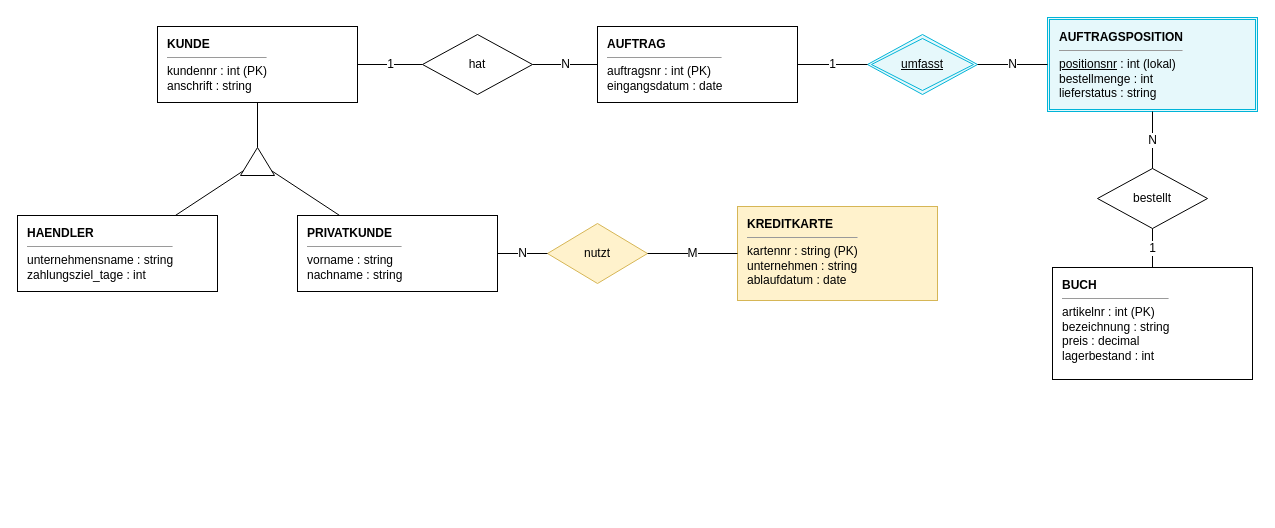
This is docs/02-theoriephase/termin-01/code/aufg-01-elibri-erweiterung.drawio from christoecker/Kurs_3019_Datenbanken, a draw.io file, before an edit. Source tidied: cells renumbered, new cells numbered last; positions are measured from the earlier drawing's top-left corner, leaving out a move shared by most shapes. Both pictures are drawn from the tidied source at 100%, with x=0, y=0 at pixel (17, 17).
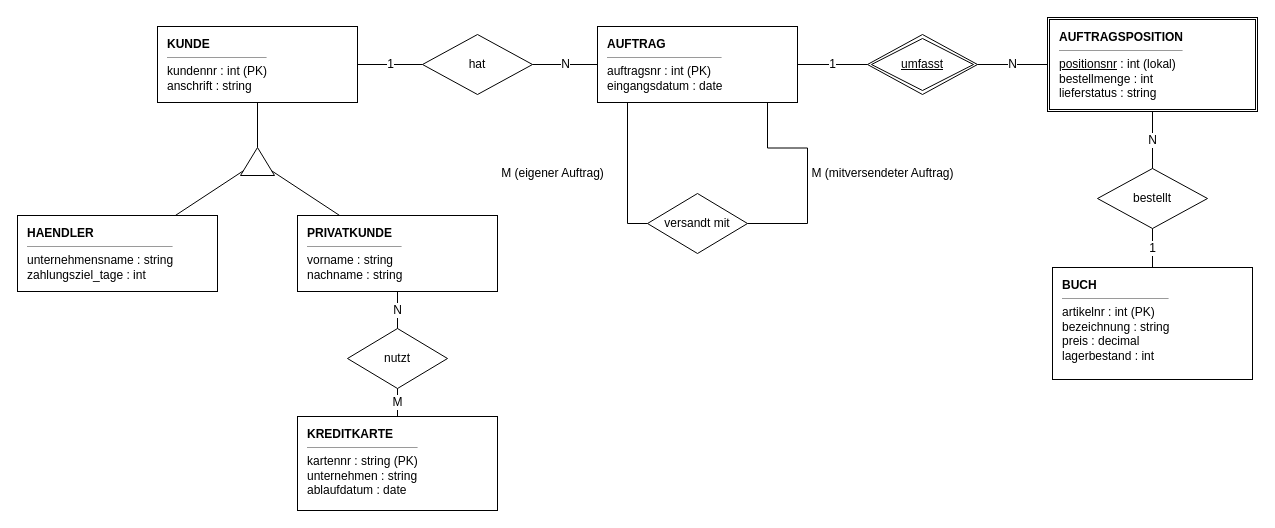
After the change.

Commit message (it also covers changes not shown here):
block-01: draw.io-Links in den Lösungsblöcken, Diagramme schwarz-weiß

- Separater Download-Block der Übung entfällt; Öffnen-Links stehen in den
  Lösungen zu Gesamtergebnis und Erweiterung (Autor:innen)
- Betreutes Selbststudium: ein Link in Teil B auf die gemeinsame Datei
  mit den Ergänzungen aus Teil A und B
- draw.io-Dateien ohne farbige Blöcke (abhängige Entity-Typen doppelt
  schwarz umrandet), Teile A und B in einem Blatt

Unchanged cells that the change refers to:
```xml
<mxCell id="9" value="&lt;b&gt;AUFTRAG&lt;/b&gt;&lt;hr size=&quot;1&quot;/&gt;auftragsnr : int (PK)&lt;br/&gt;eingangsdatum : date" style="whiteSpace=wrap;html=1;align=left;verticalAlign=top;spacingLeft=8;spacingTop=4;fontSize=12;rounded=0;strokeColor=#000000;fillColor=#ffffff;" parent="1" vertex="1">
  <mxGeometry x="580" y="9" width="200" height="76" as="geometry" />
</mxCell>
```

Diff of the diagram source:
```diff
@@
-    <mxCell id="13" value="&lt;b&gt;AUFTRAGSPOSITION&lt;/b&gt;&lt;hr size=&quot;1&quot;/&gt;&lt;u&gt;positionsnr&lt;/u&gt; : int (lokal)&lt;br/&gt;bestellmenge : int&lt;br/&gt;lieferstatus : string" style="whiteSpace=wrap;html=1;align=left;verticalAlign=top;spacingLeft=8;spacingTop=4;fontSize=12;rounded=0;shape=ext;double=1;strokeColor=#00B4D8;strokeWidth=1;fillColor=#E6F8FB;" parent="1" vertex="1">
+    <mxCell id="13" value="&lt;b&gt;AUFTRAGSPOSITION&lt;/b&gt;&lt;hr size=&quot;1&quot;/&gt;&lt;u&gt;positionsnr&lt;/u&gt; : int (lokal)&lt;br/&gt;bestellmenge : int&lt;br/&gt;lieferstatus : string" style="whiteSpace=wrap;html=1;align=left;verticalAlign=top;spacingLeft=8;spacingTop=4;fontSize=12;rounded=0;shape=ext;double=1;strokeColor=#000000;fillColor=#ffffff;" parent="1" vertex="1">
       <mxGeometry x="1030" width="210" height="94" as="geometry" />
     </mxCell>
-    <mxCell id="14" value="&lt;u&gt;umfasst&lt;/u&gt;" style="shape=rhombus;double=1;perimeter=rhombusPerimeter;whiteSpace=wrap;html=1;fontSize=12;strokeColor=#00B4D8;fillColor=#E6F8FB;" parent="1" vertex="1">
+    <mxCell id="14" value="&lt;u&gt;umfasst&lt;/u&gt;" style="shape=rhombus;double=1;perimeter=rhombusPerimeter;whiteSpace=wrap;html=1;fontSize=12;strokeColor=#000000;fillColor=#ffffff;" parent="1" vertex="1">
       <mxGeometry x="850" y="17" width="110" height="60" as="geometry" />
     </mxCell>
@@
-    <mxCell id="21" value="&lt;b&gt;KREDITKARTE&lt;/b&gt;&lt;hr size=&quot;1&quot;/&gt;kartennr : string (PK)&lt;br/&gt;unternehmen : string&lt;br/&gt;ablaufdatum : date" style="whiteSpace=wrap;html=1;align=left;verticalAlign=top;spacingLeft=8;spacingTop=4;fontSize=12;rounded=0;strokeColor=#D6B656;fillColor=#FFF2CC;" parent="1" vertex="1">
-      <mxGeometry x="720" y="189" width="200" height="94" as="geometry" />
+    <mxCell id="21" value="&lt;b&gt;KREDITKARTE&lt;/b&gt;&lt;hr size=&quot;1&quot;/&gt;kartennr : string (PK)&lt;br/&gt;unternehmen : string&lt;br/&gt;ablaufdatum : date" style="whiteSpace=wrap;html=1;align=left;verticalAlign=top;spacingLeft=8;spacingTop=4;fontSize=12;rounded=0;strokeColor=#000000;fillColor=#ffffff;" parent="1" vertex="1">
+      <mxGeometry x="280" y="399" width="200" height="94" as="geometry" />
     </mxCell>
-    <mxCell id="22" value="nutzt" style="rhombus;whiteSpace=wrap;html=1;fontSize=12;strokeColor=#D6B656;fillColor=#FFF2CC;" parent="1" vertex="1">
-      <mxGeometry x="530" y="206" width="100" height="60" as="geometry" />
+    <mxCell id="22" value="nutzt" style="rhombus;whiteSpace=wrap;html=1;fontSize=12;strokeColor=#000000;fillColor=#ffffff;" parent="1" vertex="1">
+      <mxGeometry x="330" y="311" width="100" height="60" as="geometry" />
     </mxCell>
@@
+    <mxCell id="25" value="versandt mit" style="rhombus;whiteSpace=wrap;html=1;fontSize=12;strokeColor=#000000;fillColor=#ffffff;" parent="1" vertex="1">
+      <mxGeometry x="630" y="176" width="100" height="60" as="geometry" />
+    </mxCell>
+    <mxCell id="26" value="M (eigener Auftrag)" style="endArrow=none;html=1;rounded=0;fontSize=12;labelBackgroundColor=#ffffff;edgeStyle=orthogonalEdgeStyle;exitX=0.15;exitY=1;exitDx=0;exitDy=0;entryX=0;entryY=0.5;entryDx=0;entryDy=0;" parent="1" edge="1" source="9" target="25">
+      <mxGeometry relative="1" as="geometry">
+        <mxPoint x="-75" as="offset" />
+      </mxGeometry>
+    </mxCell>
+    <mxCell id="27" value="M (mitversendeter Auftrag)" style="endArrow=none;html=1;rounded=0;fontSize=12;labelBackgroundColor=#ffffff;edgeStyle=orthogonalEdgeStyle;exitX=0.85;exitY=1;exitDx=0;exitDy=0;entryX=1;entryY=0.5;entryDx=0;entryDy=0;" parent="1" edge="1" source="9" target="25">
+      <mxGeometry relative="1" as="geometry">
+        <mxPoint x="75" as="offset" />
+      </mxGeometry>
+    </mxCell>
```
